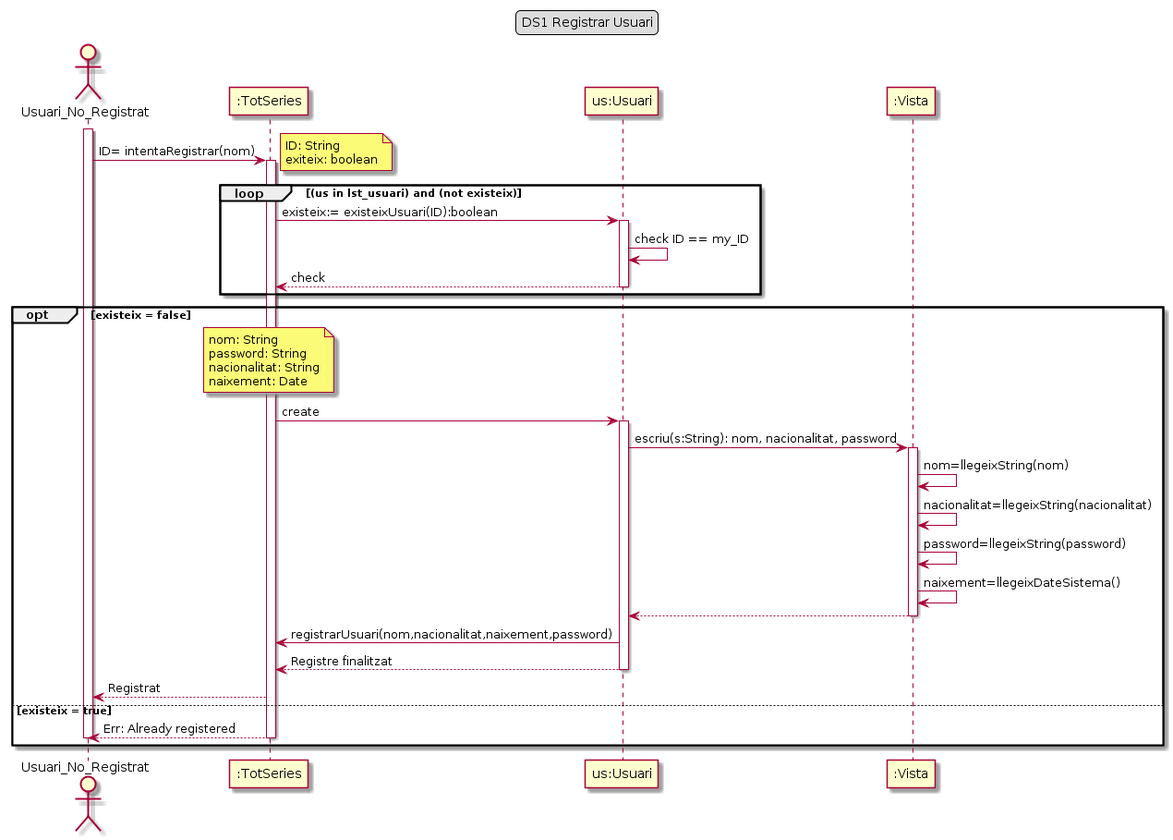
Before: Lab4/DS/DS1 RegistrarUser.png, a diagram exported from PlantUML (Ralleg314/DS).
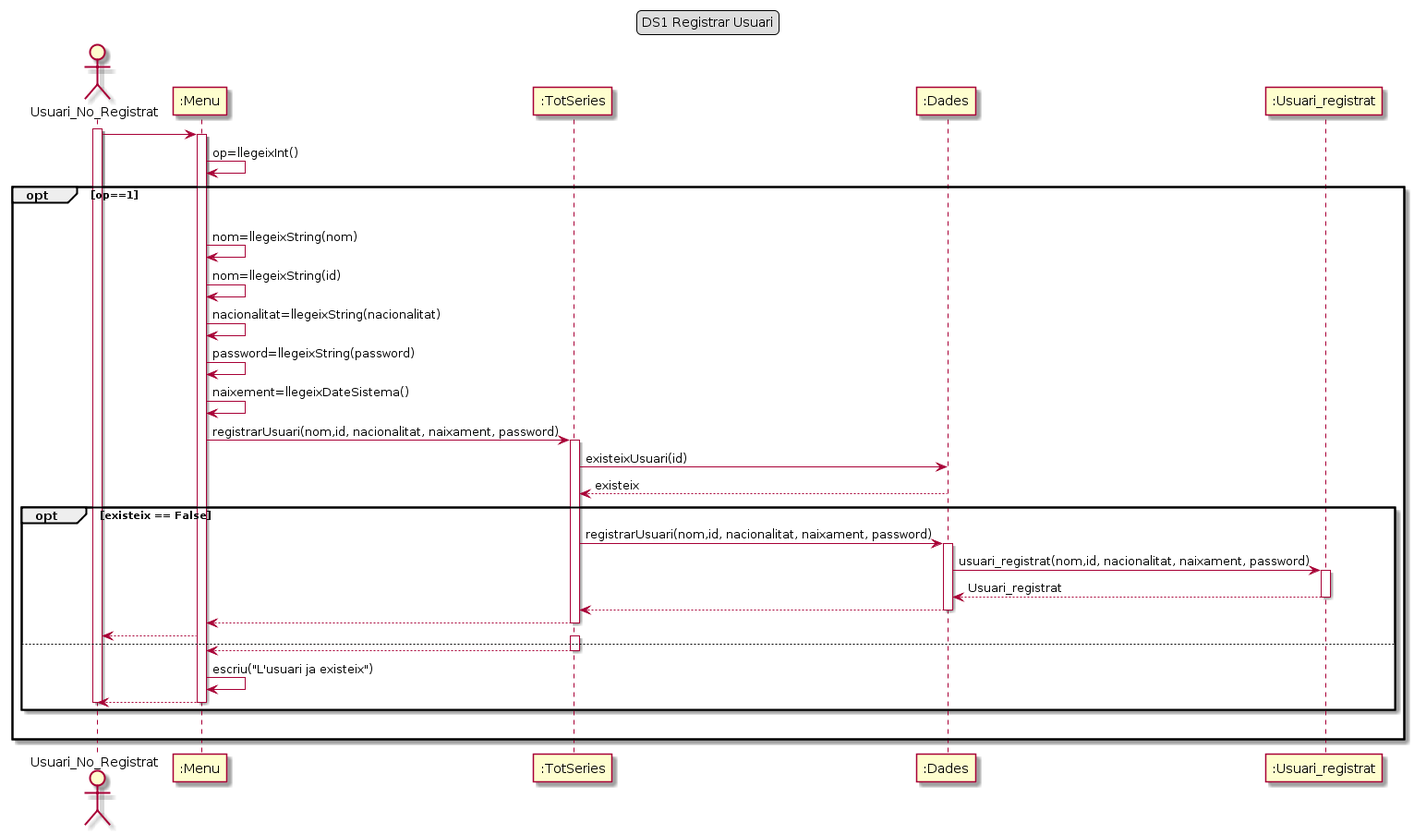
The same diagram one commit later.

What changed in the source:
```diff
@@ -6,55 +6,53 @@
 actor Usuari_No_Registrat as usuari
 activate usuari
 
+participant ":Menu" as menu
 participant ":TotSeries" as TS
-participant "us:Usuari" as us
-participant ":Vista" as menu
+participant ":Dades" as dades
+participant ":Usuari_registrat" as us
 
-usuari -> TS: ID= intentaRegistrar(nom)
-note right
-    ID: String
-    exiteix: boolean
-end note
-activate TS
+usuari -> menu
+activate menu
+menu -> menu: op=llegeixInt()
+opt op==1
+    |||
+    menu -> menu: nom=llegeixString(nom)
+    menu -> menu: nom=llegeixString(id)
+    menu -> menu: nacionalitat=llegeixString(nacionalitat)
+    menu -> menu: password=llegeixString(password)
+    menu -> menu: naixement=llegeixDateSistema()
+    menu -> TS: registrarUsuari(nom,id, nacionalitat, naixament, password)
+    activate TS
 
-loop (us in lst_usuari) and (not existeix)
-TS -> us: existeix:= existeixUsuari(ID):boolean
-activate us
-us -> us: check ID == my_ID
-us --> TS: check
-deactivate us
-end
-
-opt existeix = false
-note over TS
-    nom: String
-    password: String
-    nacionalitat: String
-    naixement: Date
-end note
-
-TS -> us: create
-activate us
-us -> menu: escriu(s:String): nom, nacionalitat, password
-activate menu
+    TS -> dades : existeixUsuari(id)
+    dades ---> TS : existeix
 
 
-menu -> menu: nom=llegeixString(nom)
-menu -> menu: nacionalitat=llegeixString(nacionalitat)
-menu -> menu: password=llegeixString(password)
-menu -> menu: naixement=llegeixDateSistema()
-menu --> us
-deactivate menu
 
-TS <- us: registrarUsuari(nom,nacionalitat,naixement,password)
-us --> TS: Registre finalitzat
-deactivate us
-TS --> usuari: Registrat
+    opt existeix == False
 
-else existeix = true
+    TS -> dades : registrarUsuari(nom,id, nacionalitat, naixament, password)
+    activate dades
+    dades -> us : usuari_registrat(nom,id, nacionalitat, naixament, password)
+    activate us
+    us ---> dades : Usuari_registrat
+    deactivate us
+    dades ---> TS
+    deactivate dades
+    TS ---> menu
+    deactivate TS
+    menu ---> usuari
 
-TS --> usuari: Err: Already registered
-deactivate TS
-deactivate usuari
+    else
+
+    activate TS
+    TS ---> menu
+    deactivate TS
+    menu -> menu : escriu("L'usuari ja existeix")
+    menu ---> usuari
+    deactivate menu
+    deactivate usuari
+    end
+    |||
 end
 @enduml
```
